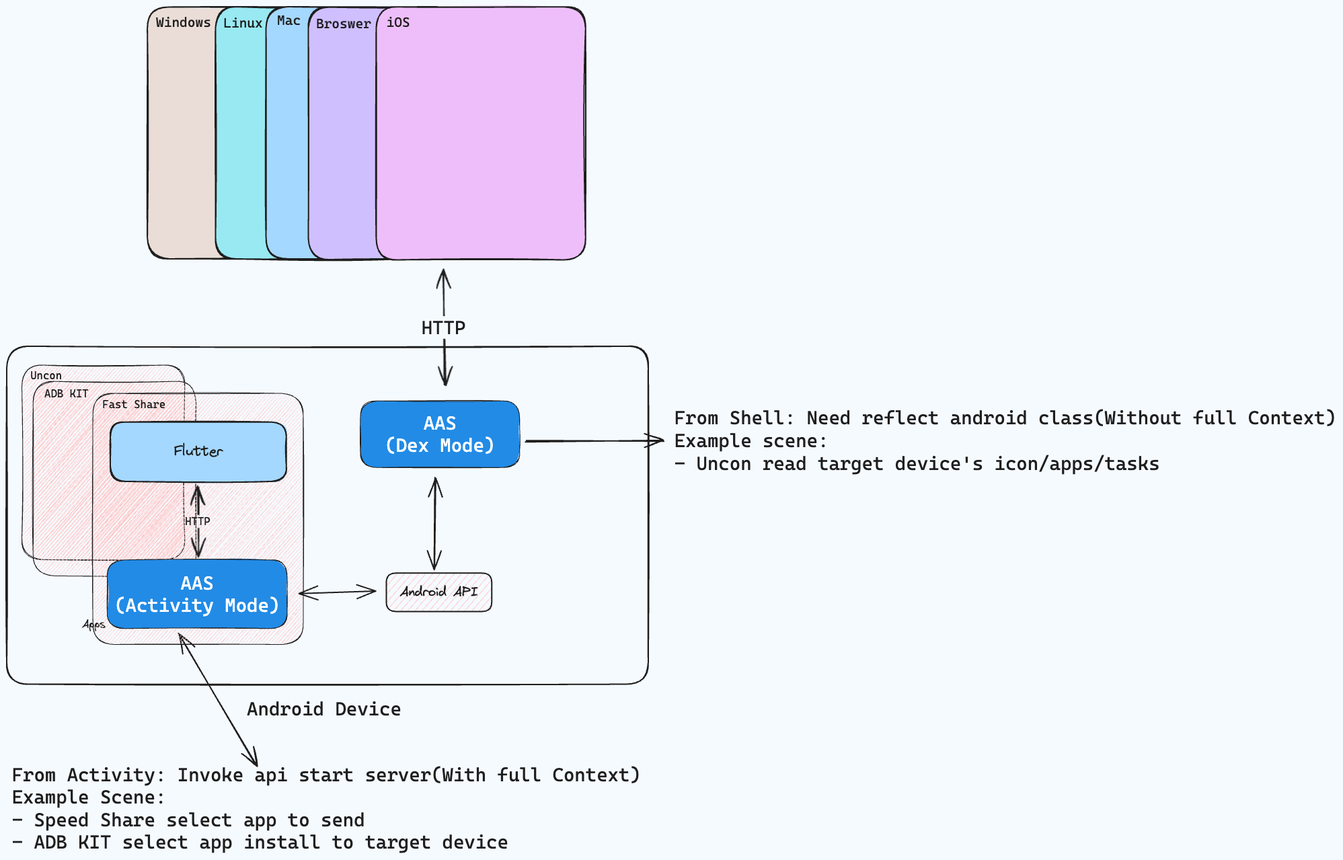
This is docs/applib.excalidraw.png from nightmare-space/applib, a Excalidraw export, as it was before one commit. Source tidied: one line per element, renumbered; positions are measured from the earlier drawing's top-left corner, leaving out a move shared by most shapes.
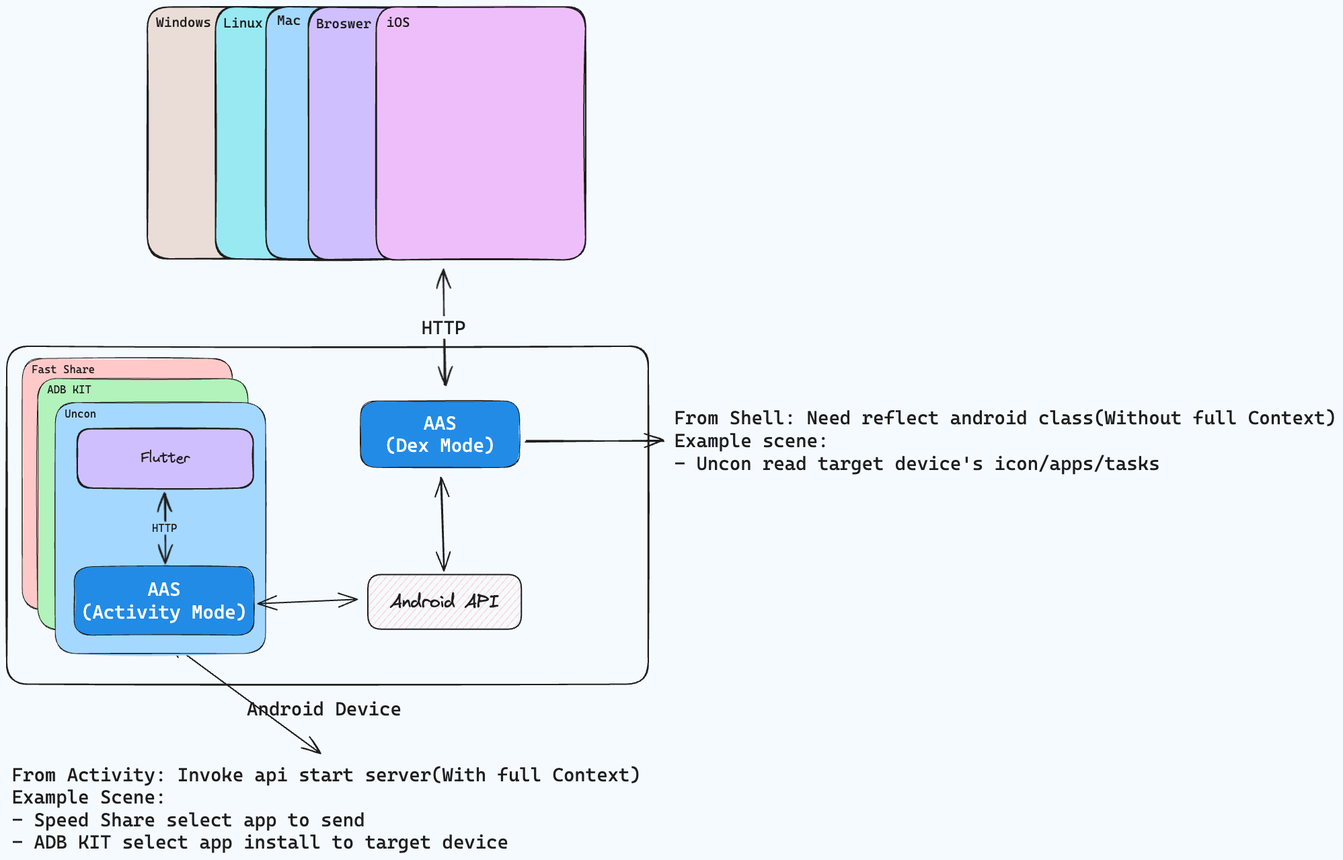
After the commit.

What changed in the source:
```diff
@@ -1,30 +1,30 @@
+{"id": 37, "type": "rectangle", "strokeColor": "#1e1e1e", "backgroundColor": "#ffc9c9", "fillStyle": "solid", "strokeWidth": 1, "roughness": 1, "round": true, "x": 23, "y": 523, "width": 313, "height": 373}
+{"id": 38, "type": "text", "text": "Fast Share", "strokeColor": "#1e1e1e", "backgroundColor": "#ffc9c9", "fillStyle": "solid", "strokeWidth": 2, "roughness": 1, "fontSize": 16, "fontFamily": 3, "x": 37, "y": 530, "width": 94, "height": 19}
+{"id": 39, "type": "rectangle", "strokeColor": "#1e1e1e", "backgroundColor": "#b2f2bb", "fillStyle": "solid", "strokeWidth": 1, "roughness": 1, "round": true, "x": 46, "y": 553, "width": 313, "height": 373}
+{"id": 14, "type": "text", "text": "ADB KIT", "strokeColor": "#1e1e1e", "backgroundColor": "#ffc9c9", "fillStyle": "solid", "strokeWidth": 2, "roughness": 1, "fontSize": 16, "fontFamily": 3, "x": 60, "y": 560, "width": 66, "height": 19}
 {"id": 0, "type": "rectangle", "strokeColor": "#1e1e1e", "strokeWidth": 2, "roughness": 1, "round": true, "x": 0, "y": 505, "width": 954, "height": 503}
-{"id": 1, "type": "rectangle", "strokeColor": "#1e1e1e", "backgroundColor": "#ffc9c9", "fillStyle": "hachure", "strokeWidth": 2, "roughness": 0, "round": true, "x": 564, "y": 842, "width": 157, "height": 57}
+{"id": 1, "type": "rectangle", "strokeColor": "#1e1e1e", "backgroundColor": "#ffc9c9", "fillStyle": "hachure", "strokeWidth": 2, "roughness": 0, "round": true, "x": 537, "y": 844, "width": 228, "height": 81}
-{"id": 2, "type": "text", "text": "Android API", "strokeColor": "#1e1e1e", "strokeWidth": 2, "roughness": 1, "fontSize": 20, "fontFamily": 1, "textAlign": "center", "verticalAlign": "middle", "inside": 1, "x": 585, "y": 858, "width": 117, "height": 25}
+{"id": 2, "type": "text", "text": "Android API", "strokeColor": "#1e1e1e", "strokeWidth": 2, "roughness": 1, "fontSize": 28, "fontFamily": 1, "textAlign": "center", "verticalAlign": "middle", "inside": 1, "x": 570, "y": 868, "width": 163, "height": 35}
-{"id": 3, "type": "rectangle", "strokeColor": "#1e1e1e", "backgroundColor": "#ffc9c9", "fillStyle": "hachure", "strokeWidth": 1, "roughness": 1, "round": true, "x": 23, "y": 533, "width": 242, "height": 289}
 {"id": 4, "type": "arrow", "strokeColor": "#1e1e1e", "strokeWidth": 2, "roughness": 1, "endArrowhead": "arrow", "round": true, "from": 24, "to": 11, "x": 772, "y": 646, "width": 204, "height": 1, "points": [[0, 0], [204, -1]]}
 {"id": 5, "type": "text", "text": "Apps", "strokeColor": "#1e1e1e", "strokeWidth": 2, "roughness": 1, "fontSize": 16, "fontFamily": 1, "x": 112, "y": 909, "width": 35, "height": 20}
 {"id": 6, "type": "text", "text": "Android Device", "strokeColor": "#1e1e1e", "strokeWidth": 2, "roughness": 1, "fontSize": 28, "fontFamily": 3, "x": 357, "y": 1027, "width": 230, "height": 34}
 {"id": 7, "type": "arrow", "strokeColor": "#1e1e1e", "backgroundColor": "#a5d8ff", "fillStyle": "hachure", "strokeWidth": 2, "roughness": 1, "startArrowhead": "arrow", "endArrowhead": "arrow", "round": true, "from": 35, "to": 24, "x": 648, "y": 391, "width": 3, "height": 172, "points": [[0, 0], [3, 172]]}
 {"id": 8, "type": "text", "text": "HTTP", "strokeColor": "#1e1e1e", "backgroundColor": "#a5d8ff", "fillStyle": "solid", "strokeWidth": 2, "roughness": 1, "fontSize": 28, "fontFamily": 3, "textAlign": "center", "verticalAlign": "middle", "inside": 7, "x": 530, "y": 361, "width": 66, "height": 34}
-{"id": 9, "type": "arrow", "strokeColor": "#1e1e1e", "backgroundColor": "#a5d8ff", "fillStyle": "hachure", "strokeWidth": 2, "roughness": 1, "startArrowhead": "arrow", "endArrowhead": "arrow", "round": true, "from": 19, "to": 10, "x": 256, "y": 933, "width": 116, "height": 195, "points": [[0, 0], [116, 195]]}
+{"id": 9, "type": "arrow", "strokeColor": "#1e1e1e", "backgroundColor": "#a5d8ff", "fillStyle": "hachure", "strokeWidth": 2, "roughness": 1, "startArrowhead": "arrow", "endArrowhead": "arrow", "round": true, "from": 19, "to": 10, "x": 238, "y": 943, "width": 228, "height": 166, "points": [[0, 0], [228, 166]]}
 {"id": 10, "type": "text", "text": "From Activity: Invoke api start server(With full Context)\nExample Scene: \n- Speed Share select app to send\n- ADB KIT select app install to target device", "strokeColor": "#1e1e1e", "strokeWidth": 2, "roughness": 1, "fontSize": 28, "fontFamily": 3, "x": 8, "y": 1125, "width": 935, "height": 134}
 {"id": 11, "type": "text", "text": "From Shell: Need reflect android class(Without full Context)\nExample scene:\n- Uncon read target device's icon/apps/tasks", "strokeColor": "#1e1e1e", "strokeWidth": 2, "roughness": 1, "fontSize": 28, "fontFamily": 3, "x": 993, "y": 595, "width": 984, "height": 101}
-{"id": 12, "type": "rectangle", "strokeColor": "#1e1e1e", "backgroundColor": "#ffc9c9", "fillStyle": "hachure", "strokeWidth": 1, "roughness": 1, "round": true, "x": 39, "y": 557, "width": 242, "height": 289}
-{"id": 13, "type": "text", "text": "Uncon", "strokeColor": "#1e1e1e", "strokeWidth": 2, "roughness": 1, "fontSize": 16, "fontFamily": 3, "x": 35, "y": 539, "width": 47, "height": 19}
-{"id": 14, "type": "text", "text": "ADB KIT", "strokeColor": "#1e1e1e", "strokeWidth": 2, "roughness": 1, "fontSize": 16, "fontFamily": 3, "x": 56, "y": 566, "width": 66, "height": 19}
-{"id": 15, "type": "rectangle", "strokeColor": "#1e1e1e", "backgroundColor": "#ffc9c9", "fillStyle": "hachure", "strokeWidth": 1, "roughness": 1, "round": true, "x": 128, "y": 575, "width": 313, "height": 373}
+{"id": 15, "type": "rectangle", "strokeColor": "#1e1e1e", "backgroundColor": "#a5d8ff", "fillStyle": "solid", "strokeWidth": 1, "roughness": 1, "round": true, "x": 72, "y": 589, "width": 313, "height": 373}
-{"id": 16, "type": "text", "text": "Fast Share", "strokeColor": "#1e1e1e", "strokeWidth": 2, "roughness": 1, "fontSize": 16, "fontFamily": 3, "x": 142, "y": 582, "width": 94, "height": 19}
+{"id": 16, "type": "text", "text": "Uncon", "strokeColor": "#1e1e1e", "backgroundColor": "#a5d8ff", "fillStyle": "solid", "strokeWidth": 2, "roughness": 1, "fontSize": 16, "fontFamily": 3, "x": 86, "y": 596, "width": 47, "height": 19}
-{"id": 17, "type": "rectangle", "strokeColor": "#1e1e1e", "backgroundColor": "#a5d8ff", "fillStyle": "solid", "strokeWidth": 2, "roughness": 1, "round": true, "x": 154, "y": 618, "width": 262, "height": 88}
+{"id": 17, "type": "rectangle", "strokeColor": "#1e1e1e", "backgroundColor": "#d0bfff", "fillStyle": "solid", "strokeWidth": 2, "roughness": 1, "round": true, "x": 105, "y": 628, "width": 262, "height": 88}
-{"id": 18, "type": "text", "text": "Flutter", "strokeColor": "#1e1e1e", "backgroundColor": "#a5d8ff", "fillStyle": "solid", "strokeWidth": 2, "roughness": 1, "fontSize": 20.65, "fontFamily": 1, "textAlign": "center", "verticalAlign": "middle", "inside": 17, "x": 249, "y": 649, "width": 73, "height": 26}
+{"id": 18, "type": "text", "text": "Flutter", "strokeColor": "#1e1e1e", "backgroundColor": "#a5d8ff", "fillStyle": "solid", "strokeWidth": 2, "roughness": 1, "fontSize": 20.65, "fontFamily": 1, "textAlign": "center", "verticalAlign": "middle", "inside": 17, "x": 199, "y": 659, "width": 73, "height": 26}
-{"id": 19, "type": "rectangle", "strokeColor": "#1e1e1e", "backgroundColor": "#228be6", "fillStyle": "solid", "strokeWidth": 1, "roughness": 1, "round": true, "x": 149, "y": 823, "width": 267, "height": 102}
+{"id": 19, "type": "rectangle", "strokeColor": "#1e1e1e", "backgroundColor": "#228be6", "fillStyle": "solid", "strokeWidth": 1, "roughness": 1, "round": true, "x": 100, "y": 833, "width": 267, "height": 102}
-{"id": 20, "type": "text", "text": "AAS\n(Activity Mode)", "strokeColor": "#ffffff", "backgroundColor": "#ffc9c9", "fillStyle": "solid", "strokeWidth": 1, "roughness": 1, "fontSize": 28, "fontFamily": 3, "textAlign": "center", "verticalAlign": "middle", "inside": 19, "x": 160, "y": 840, "width": 246, "height": 67}
+{"id": 20, "type": "text", "text": "AAS\n(Activity Mode)", "strokeColor": "#ffffff", "backgroundColor": "#ffc9c9", "fillStyle": "solid", "strokeWidth": 1, "roughness": 1, "fontSize": 28, "fontFamily": 3, "textAlign": "center", "verticalAlign": "middle", "inside": 19, "x": 111, "y": 850, "width": 246, "height": 67}
-{"id": 21, "type": "arrow", "strokeColor": "#1e1e1e", "backgroundColor": "#a5d8ff", "fillStyle": "solid", "strokeWidth": 2, "roughness": 1, "startArrowhead": "arrow", "endArrowhead": "arrow", "round": true, "from": 17, "to": 19, "x": 284, "y": 713, "width": 1, "height": 104, "points": [[0, 0], [-1, 104]]}
+{"id": 21, "type": "arrow", "strokeColor": "#1e1e1e", "backgroundColor": "#a5d8ff", "fillStyle": "solid", "strokeWidth": 2, "roughness": 1, "startArrowhead": "arrow", "endArrowhead": "arrow", "round": true, "from": 17, "to": 19, "x": 235, "y": 723, "width": 1, "height": 104, "points": [[0, 0], [-1, 104]]}
 {"id": 22, "type": "text", "text": "HTTP", "strokeColor": "#1e1e1e", "backgroundColor": "#a5d8ff", "fillStyle": "solid", "strokeWidth": 2, "roughness": 1, "fontSize": 16, "fontFamily": 3, "textAlign": "center", "verticalAlign": "middle", "inside": 21, "x": 263, "y": 754, "width": 38, "height": 19}
-{"id": 23, "type": "arrow", "strokeColor": "#1e1e1e", "strokeWidth": 2, "roughness": 0, "startArrowhead": "arrow", "endArrowhead": "arrow", "round": true, "from": 19, "to": 1, "x": 435, "y": 873, "width": 114, "height": 4, "points": [[0, 0], [114, -4]]}
+{"id": 23, "type": "arrow", "strokeColor": "#1e1e1e", "strokeWidth": 2, "roughness": 0, "startArrowhead": "arrow", "endArrowhead": "arrow", "round": true, "from": 19, "to": 1, "x": 373, "y": 888, "width": 148, "height": 6, "points": [[0, 0], [148, -6]]}
 {"id": 24, "type": "rectangle", "strokeColor": "#1e1e1e", "backgroundColor": "#228be6", "fillStyle": "solid", "strokeWidth": 1, "roughness": 1, "round": true, "x": 526, "y": 586, "width": 237, "height": 99}
 {"id": 25, "type": "text", "text": "AAS\n(Dex Mode)", "strokeColor": "#ffffff", "backgroundColor": "#ffc9c9", "fillStyle": "solid", "strokeWidth": 1, "roughness": 1, "fontSize": 28, "fontFamily": 3, "textAlign": "center", "verticalAlign": "middle", "inside": 24, "x": 562, "y": 602, "width": 164, "height": 67}
-{"id": 26, "type": "arrow", "strokeColor": "#1e1e1e", "backgroundColor": "#a5d8ff", "fillStyle": "solid", "strokeWidth": 2, "roughness": 1, "startArrowhead": "arrow", "endArrowhead": "arrow", "round": true, "from": 24, "to": 1, "x": 637, "y": 701, "width": 2, "height": 135, "points": [[0, 0], [-2, 135]]}
+{"id": 26, "type": "arrow", "strokeColor": "#1e1e1e", "backgroundColor": "#a5d8ff", "fillStyle": "solid", "strokeWidth": 2, "roughness": 1, "startArrowhead": "arrow", "endArrowhead": "arrow", "round": true, "from": 24, "to": 1, "x": 646, "y": 701, "width": 4, "height": 137, "points": [[0, 0], [4, 137]]}
 {"id": 27, "type": "rectangle", "strokeColor": "#1e1e1e", "backgroundColor": "#eaddd7", "fillStyle": "solid", "strokeWidth": 2, "roughness": 1, "round": true, "x": 209, "y": 0, "width": 303, "height": 375}
 {"id": 28, "type": "text", "text": "Windows", "strokeColor": "#1e1e1e", "backgroundColor": "#ffc9c9", "fillStyle": "hachure", "strokeWidth": 2, "roughness": 1, "fontSize": 20, "fontFamily": 3, "x": 222, "y": 11, "width": 82, "height": 24}
 {"id": 29, "type": "rectangle", "strokeColor": "#1e1e1e", "backgroundColor": "#99e9f2", "fillStyle": "solid", "strokeWidth": 2, "roughness": 1, "round": true, "x": 310, "y": 0, "width": 311, "height": 375}
```
